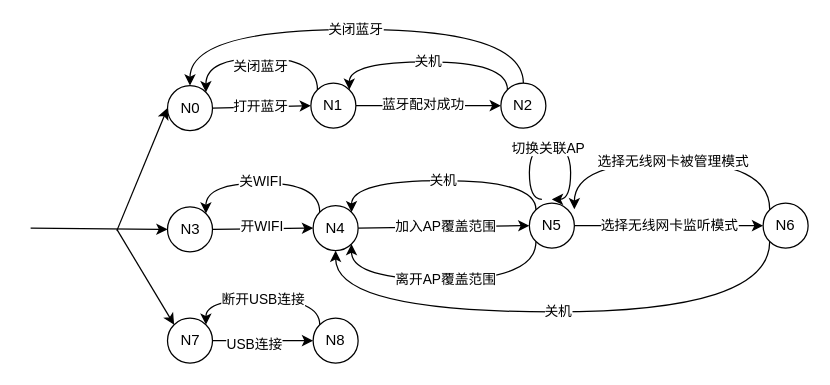
Icarus1994/neutron_conf keeps this draw.io diagram as page "方法三：并行自动机_笔记本行为" (2 of 8) of 时间自动机.drawio. Above is the earlier version. Source tidied: cells renumbered, new cells numbered last; positions are measured from the earlier drawing's top-left corner, leaving out a move shared by most shapes. Both pictures are drawn from the tidied source at 125%, with x=0, y=0 at pixel (30, 29).
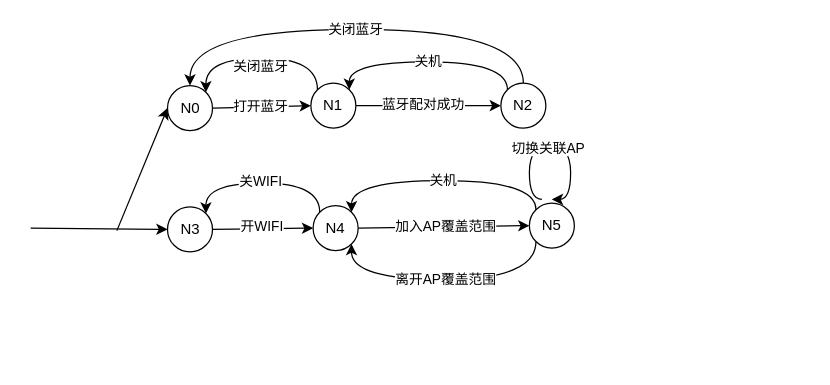
Above is the later version.

Unchanged cells that the change refers to:
```xml
<mxCell id="11" value="N4" style="ellipse;whiteSpace=wrap;html=1;" parent="1" vertex="1">
  <mxGeometry x="226" y="141" width="36" height="36" as="geometry" />
</mxCell>
<mxCell id="15" value="N5" style="ellipse;whiteSpace=wrap;html=1;" parent="1" vertex="1">
  <mxGeometry x="399" y="139" width="36" height="36" as="geometry" />
</mxCell>
```

What changed in the source:
```diff
@@
-    <mxCell id="6" style="edgeStyle=none;rounded=0;jettySize=auto;html=1;exitX=0;exitY=0;exitDx=0;exitDy=0;startArrow=classic;startFill=1;endArrow=none;endFill=0;" parent="1" edge="1" source="31">
-      <mxGeometry relative="1" as="geometry">
-        <mxPoint x="69" y="160" as="targetPoint" />
-      </mxGeometry>
-    </mxCell>
@@
-    <mxCell id="13" value="选择无线网卡监听模式" style="edgeStyle=orthogonalEdgeStyle;curved=1;rounded=0;jettySize=auto;html=1;exitX=1;exitY=0.5;exitDx=0;exitDy=0;entryX=0;entryY=0.5;entryDx=0;entryDy=0;startArrow=none;startFill=0;endArrow=classic;endFill=1;" parent="1" edge="1" source="15" target="28">
-      <mxGeometry relative="1" as="geometry" />
-    </mxCell>
@@
-    <mxCell id="26" value="选择无线网卡被管理模式" style="edgeStyle=orthogonalEdgeStyle;curved=1;rounded=0;jettySize=auto;html=1;exitX=0;exitY=0;exitDx=0;exitDy=0;startArrow=none;startFill=0;endArrow=classic;endFill=1;" parent="1" edge="1" source="28">
-      <mxGeometry relative="1" as="geometry">
-        <mxPoint x="435" y="144" as="targetPoint" />
-        <Array as="points">
-          <mxPoint x="591" y="106" />
-          <mxPoint x="435" y="106" />
-        </Array>
-      </mxGeometry>
-    </mxCell>
-    <mxCell id="27" value="关机" style="edgeStyle=orthogonalEdgeStyle;curved=1;rounded=0;jettySize=auto;html=1;exitX=0;exitY=1;exitDx=0;exitDy=0;entryX=0.5;entryY=1;entryDx=0;entryDy=0;startArrow=none;startFill=0;endArrow=classic;endFill=1;" parent="1" edge="1" source="28" target="11">
-      <mxGeometry relative="1" as="geometry">
-        <Array as="points">
-          <mxPoint x="591" y="226" />
-          <mxPoint x="244" y="226" />
-        </Array>
-      </mxGeometry>
-    </mxCell>
-    <mxCell id="28" value="N6" style="ellipse;whiteSpace=wrap;html=1;" parent="1" vertex="1">
-      <mxGeometry x="586" y="139" width="36" height="36" as="geometry" />
-    </mxCell>
-    <mxCell id="29" style="edgeStyle=orthogonalEdgeStyle;curved=1;rounded=0;jettySize=auto;html=1;exitX=1;exitY=0.5;exitDx=0;exitDy=0;entryX=0;entryY=0.5;entryDx=0;entryDy=0;startArrow=none;startFill=0;endArrow=classic;endFill=1;" parent="1" edge="1" source="31" target="33">
-      <mxGeometry relative="1" as="geometry" />
-    </mxCell>
-    <mxCell id="30" value="USB连接" style="edgeLabel;html=1;align=center;verticalAlign=middle;" parent="29" vertex="1">
-      <mxGeometry x="-0.17" y="-2" relative="1" as="geometry" />
-    </mxCell>
-    <mxCell id="31" value="N7" style="ellipse;whiteSpace=wrap;html=1;" parent="1" vertex="1">
-      <mxGeometry x="109.5" y="231" width="36" height="36" as="geometry" />
-    </mxCell>
-    <mxCell id="32" value="断开USB连接" style="edgeStyle=orthogonalEdgeStyle;curved=1;rounded=0;jettySize=auto;html=1;exitX=0;exitY=0;exitDx=0;exitDy=0;entryX=1;entryY=0;entryDx=0;entryDy=0;startArrow=none;startFill=0;endArrow=classic;endFill=1;" parent="1" edge="1" source="33" target="31">
-      <mxGeometry relative="1" as="geometry">
-        <Array as="points">
-          <mxPoint x="231" y="216" />
-          <mxPoint x="140" y="216" />
-        </Array>
-      </mxGeometry>
-    </mxCell>
-    <mxCell id="33" value="N8" style="ellipse;whiteSpace=wrap;html=1;" parent="1" vertex="1">
-      <mxGeometry x="226" y="231" width="36" height="36" as="geometry" />
-    </mxCell>
```
